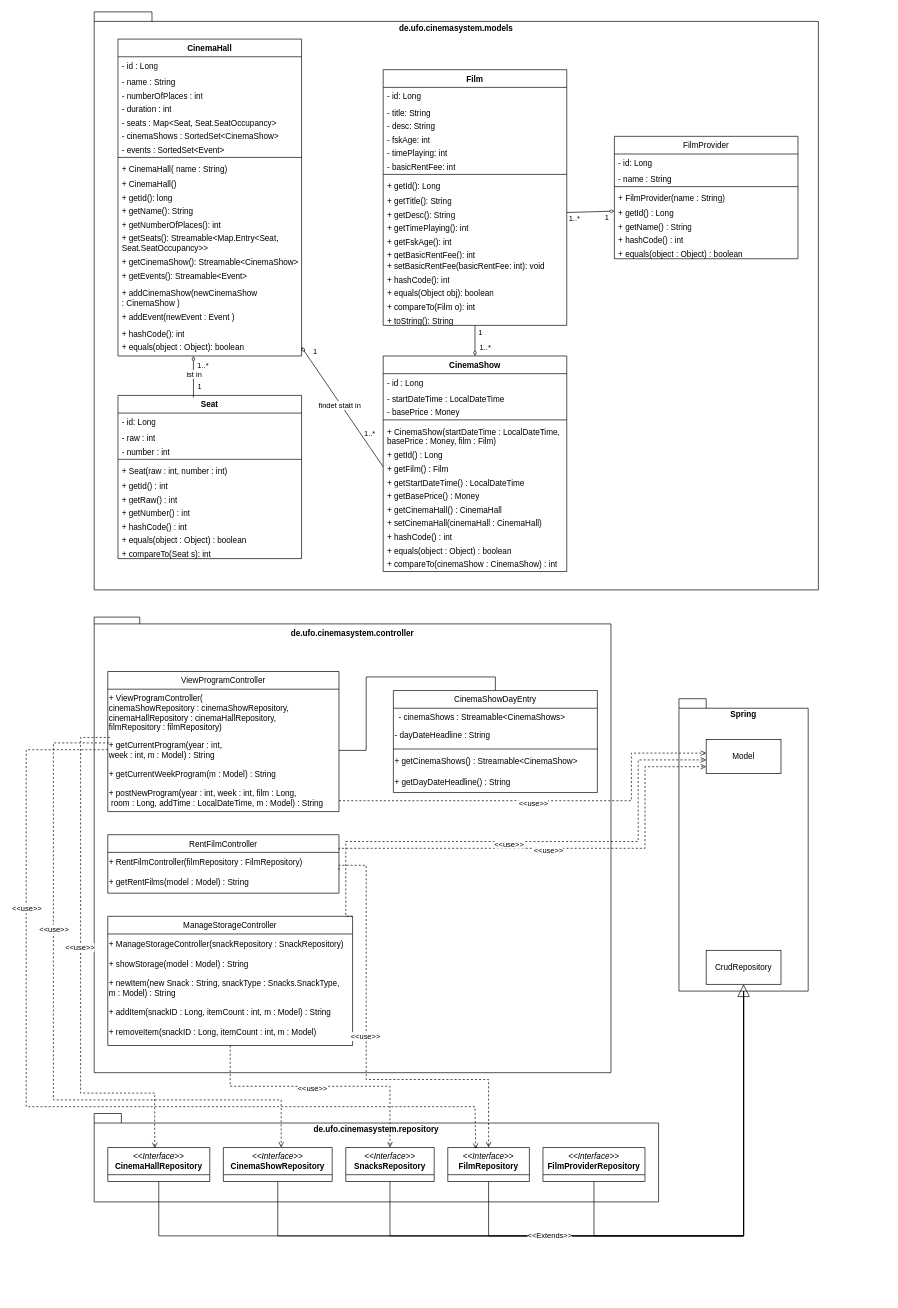
This is src/main/asciidoc/models/design/Verwaltungssystem/verwaltung_klasse.drawio from Leonard0108/Anwendungsprogrammierung, a draw.io file, before an edit. Source tidied: cells renumbered, new cells numbered last; positions are measured from the earlier drawing's top-left corner, leaving out a move shared by most shapes. Both pictures are drawn from the tidied source at 68%, with x=0, y=0 at pixel (26, 12).
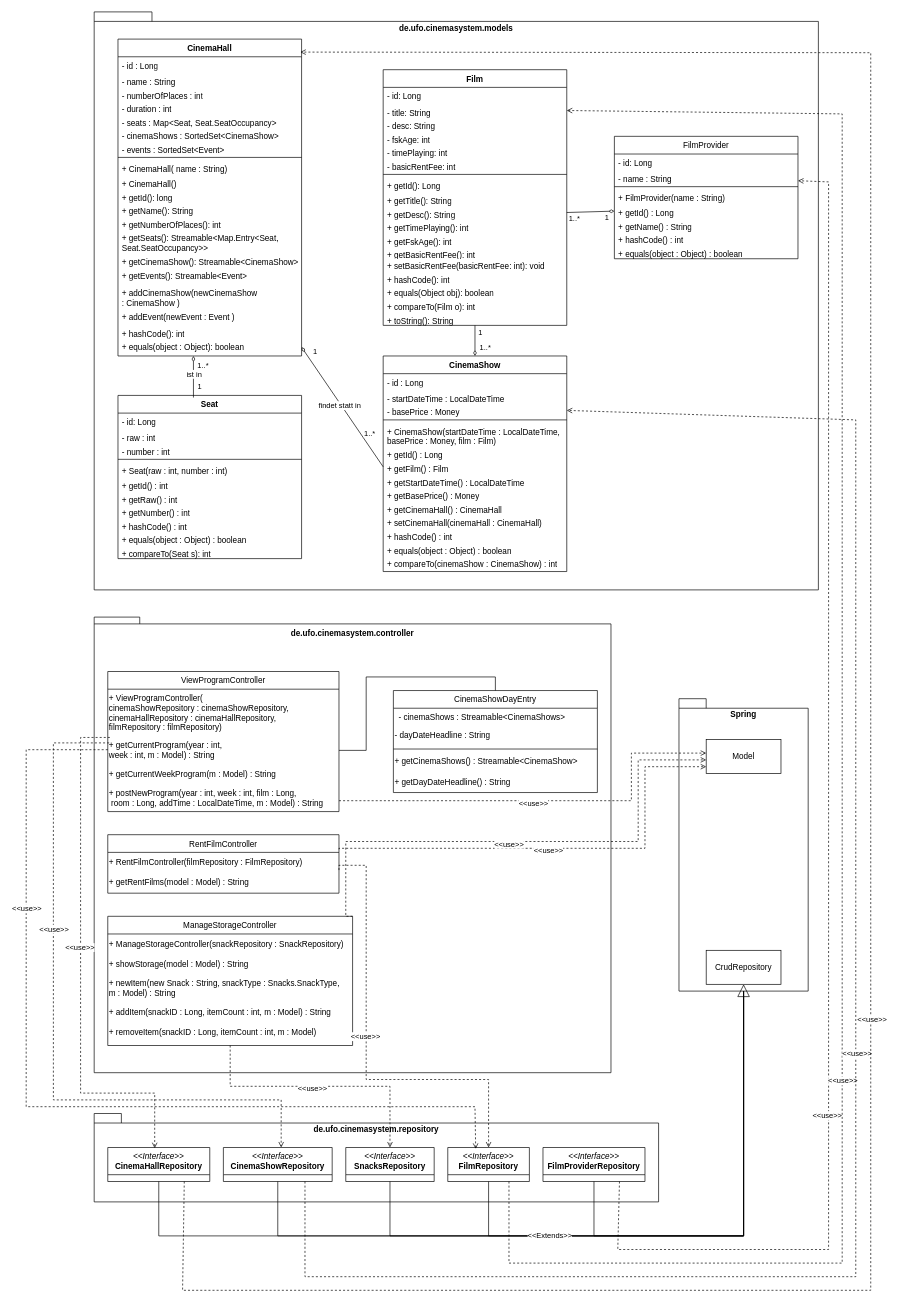
Above is the later version.

Commit message (it also covers changes not shown here):
Klassen-Beschreibungen hinzugefügt + Klassendiagramm vervollständigt (Verwaltungssystem)

The change refers to these unchanged cells:
```xml
<mxCell id="29" value="- title: String" style="text;strokeColor=none;fillColor=none;align=left;verticalAlign=top;spacingLeft=4;spacingRight=4;overflow=hidden;points=[[0,0.5],[1,0.5]];portConstraint=eastwest;whiteSpace=wrap;html=1;" parent="27" vertex="1">
  <mxGeometry y="50" width="270" height="20" as="geometry" />
</mxCell>
<mxCell id="48" value="&lt;span style=&quot;text-wrap: nowrap;&quot;&gt;- name : String&lt;/span&gt;" style="text;strokeColor=none;fillColor=none;align=left;verticalAlign=top;spacingLeft=4;spacingRight=4;overflow=hidden;points=[[0,0.5],[1,0.5]];portConstraint=eastwest;whiteSpace=wrap;html=1;" parent="46" vertex="1">
  <mxGeometry y="50" width="270" height="20" as="geometry" />
</mxCell>
<mxCell id="55" value="CinemaHall" style="swimlane;fontStyle=1;align=center;verticalAlign=top;horizontal=1;startSize=26;whiteSpace=wrap;html=1;" parent="1" vertex="1">
  <mxGeometry x="135" y="40" width="270" height="466" as="geometry" />
</mxCell>
<mxCell id="79" value="- basePrice : Money" style="text;strokeColor=none;fillColor=none;align=left;verticalAlign=top;spacingLeft=4;spacingRight=4;overflow=hidden;points=[[0,0.5],[1,0.5]];portConstraint=eastwest;whiteSpace=wrap;html=1;" parent="76" vertex="1">
  <mxGeometry y="70" width="270" height="20" as="geometry" />
</mxCell>
<mxCell id="117" value="&lt;span style=&quot;font-weight: normal;&quot;&gt;&lt;i&gt;&amp;lt;&amp;lt;Interface&amp;gt;&amp;gt;&lt;/i&gt;&lt;/span&gt;&lt;div&gt;CinemaHallRepository&lt;/div&gt;" style="swimlane;fontStyle=1;align=center;verticalAlign=top;horizontal=1;startSize=40;whiteSpace=wrap;html=1;" parent="1" vertex="1">
  <mxGeometry x="120" y="1670" width="150" height="50" as="geometry" />
</mxCell>
<mxCell id="119" value="&lt;span style=&quot;font-weight: normal;&quot;&gt;&lt;i&gt;&amp;lt;&amp;lt;Interface&amp;gt;&amp;gt;&lt;/i&gt;&lt;/span&gt;&lt;div&gt;CinemaShowRepository&lt;/div&gt;" style="swimlane;fontStyle=1;align=center;verticalAlign=top;horizontal=1;startSize=40;whiteSpace=wrap;html=1;" parent="1" vertex="1">
  <mxGeometry x="290" y="1670" width="160" height="50" as="geometry" />
</mxCell>
<mxCell id="123" value="&lt;span style=&quot;font-weight: normal;&quot;&gt;&lt;i&gt;&amp;lt;&amp;lt;Interface&amp;gt;&amp;gt;&lt;/i&gt;&lt;/span&gt;&lt;div&gt;FilmRepository&lt;/div&gt;" style="swimlane;fontStyle=1;align=center;verticalAlign=top;horizontal=1;startSize=40;whiteSpace=wrap;html=1;" parent="1" vertex="1">
  <mxGeometry x="620" y="1670" width="120" height="50" as="geometry" />
</mxCell>
<mxCell id="125" value="&lt;span style=&quot;font-weight: normal;&quot;&gt;&lt;i&gt;&amp;lt;&amp;lt;Interface&amp;gt;&amp;gt;&lt;/i&gt;&lt;/span&gt;&lt;div&gt;FilmProviderRepository&lt;/div&gt;" style="swimlane;fontStyle=1;align=center;verticalAlign=top;horizontal=1;startSize=40;whiteSpace=wrap;html=1;" parent="1" vertex="1">
  <mxGeometry x="760" y="1670" width="150" height="50" as="geometry" />
</mxCell>
```

Change to the diagram source:
```diff
@@
+    <mxCell id="145" style="endArrow=open;dashed=1;html=1;rounded=0;endFill=0;exitX=0.75;exitY=1;exitDx=0;exitDy=0;" parent="1" edge="1" source="125" target="48">
+      <mxGeometry relative="1" as="geometry">
+        <Array as="points">
+          <mxPoint x="870" y="1820" />
+          <mxPoint x="1180" y="1820" />
+          <mxPoint x="1180" y="250" />
+        </Array>
+      </mxGeometry>
+    </mxCell>
+    <mxCell id="146" value="&amp;lt;&amp;lt;use&amp;gt;&amp;gt;" style="edgeLabel;html=1;align=center;verticalAlign=middle;" parent="145" vertex="1">
+      <mxGeometry x="-0.4" y="3" relative="1" as="geometry" />
+    </mxCell>
+    <mxCell id="147" style="endArrow=open;dashed=1;html=1;rounded=0;endFill=0;exitX=0.75;exitY=1;exitDx=0;exitDy=0;entryX=1;entryY=0.5;entryDx=0;entryDy=0;" parent="1" edge="1" source="123" target="29">
+      <mxGeometry relative="1" as="geometry">
+        <Array as="points">
+          <mxPoint x="710" y="1840" />
+          <mxPoint x="1200" y="1840" />
+          <mxPoint x="1200" y="150" />
+        </Array>
+      </mxGeometry>
+    </mxCell>
+    <mxCell id="148" value="&amp;lt;&amp;lt;use&amp;gt;&amp;gt;" style="edgeLabel;html=1;align=center;verticalAlign=middle;" parent="147" vertex="1">
+      <mxGeometry x="-0.35" relative="1" as="geometry" />
+    </mxCell>
+    <mxCell id="149" style="endArrow=open;dashed=1;html=1;rounded=0;endFill=0;exitX=0.75;exitY=1;exitDx=0;exitDy=0;entryX=1;entryY=0.5;entryDx=0;entryDy=0;" parent="1" edge="1" source="119" target="79">
+      <mxGeometry relative="1" as="geometry">
+        <Array as="points">
+          <mxPoint x="410" y="1860" />
+          <mxPoint x="1220" y="1860" />
+          <mxPoint x="1220" y="600" />
+        </Array>
+      </mxGeometry>
+    </mxCell>
+    <mxCell id="150" value="&amp;lt;&amp;lt;use&amp;gt;&amp;gt;" style="edgeLabel;html=1;align=center;verticalAlign=middle;" parent="149" vertex="1">
+      <mxGeometry x="-0.09" y="-1" relative="1" as="geometry">
+        <mxPoint y="-80" as="offset" />
+      </mxGeometry>
+    </mxCell>
+    <mxCell id="151" style="endArrow=open;dashed=1;html=1;rounded=0;endFill=0;exitX=0.75;exitY=1;exitDx=0;exitDy=0;entryX=0.993;entryY=0.041;entryDx=0;entryDy=0;entryPerimeter=0;" parent="1" edge="1" source="117" target="55">
+      <mxGeometry relative="1" as="geometry">
+        <Array as="points">
+          <mxPoint x="230" y="1880" />
+          <mxPoint x="1242" y="1880" />
+          <mxPoint x="1242" y="60" />
+        </Array>
+      </mxGeometry>
+    </mxCell>
+    <mxCell id="152" value="&amp;lt;&amp;lt;use&amp;gt;&amp;gt;" style="edgeLabel;html=1;align=center;verticalAlign=middle;" parent="151" vertex="1">
+      <mxGeometry x="-0.18" y="-1" relative="1" as="geometry" />
+    </mxCell>
```
